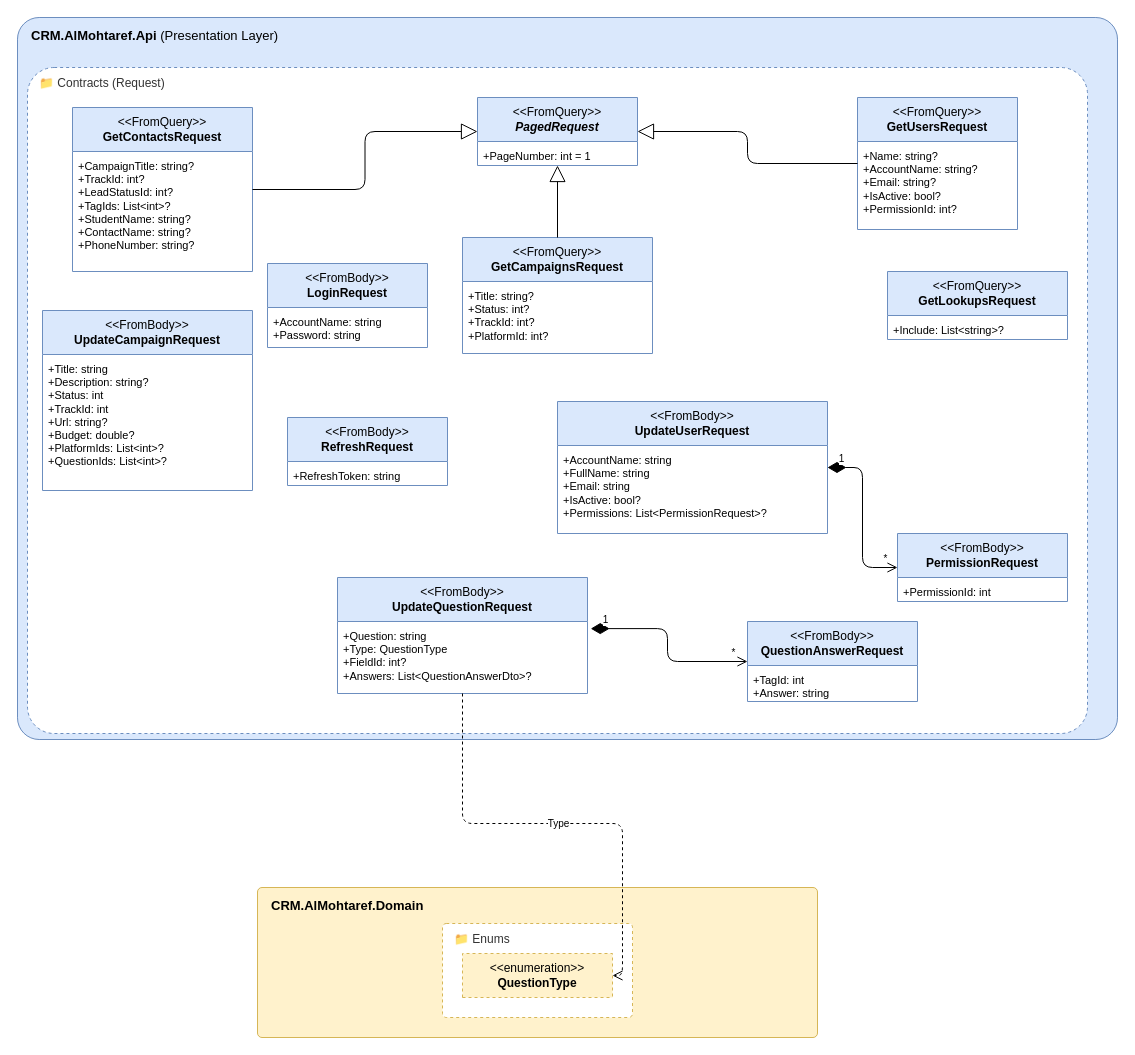
Before: page "03 Contracts (Request)" (3 of 9) of docs/design/class-design/api.drawio in QF-MJ/crm-al-mohtaref, a draw.io diagram. Source tidied: cells renumbered, new cells numbered last; positions are measured from the earlier drawing's top-left corner, leaving out a move shared by most shapes. Both pictures are drawn from the tidied source at 100%, with x=0, y=0 at pixel (17, 17).
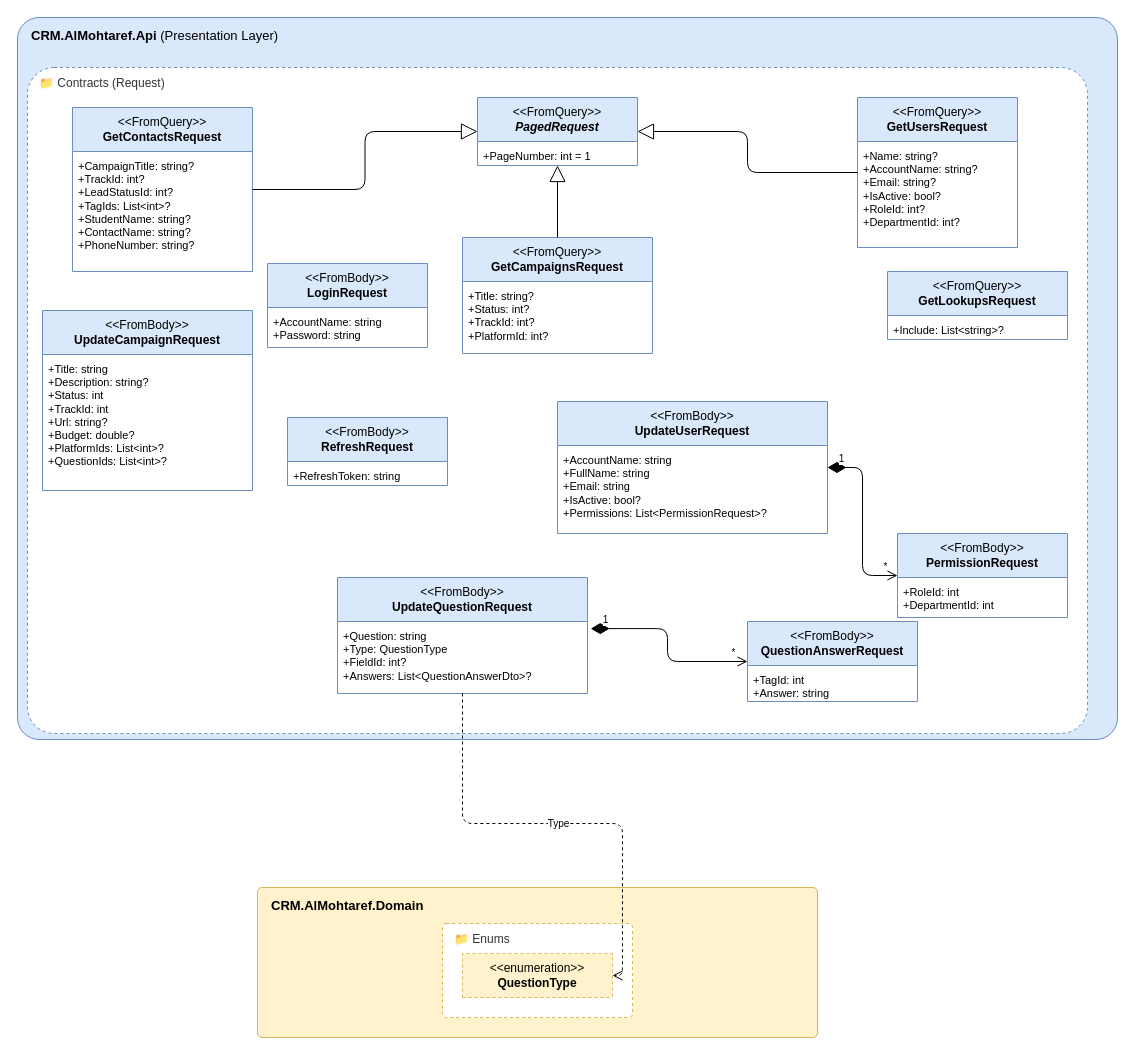
Above is the later version.

Unchanged cells that the change refers to:
```xml
<mxCell id="3" value="&amp;#128193; Contracts (Request)" style="rounded=1;whiteSpace=wrap;html=1;verticalAlign=top;align=left;spacingLeft=10;spacingTop=2;arcSize=4;fillColor=#FFFFFF;strokeColor=#6c8ebf;dashed=1;fontSize=12;fontColor=#333333;" parent="2" vertex="1">
  <mxGeometry x="10" y="50" width="1060" height="666" as="geometry" />
</mxCell>
```

Change to the diagram source:
```diff
@@
     <mxCell id="10" value="&amp;lt;&amp;lt;FromQuery&amp;gt;&amp;gt;&lt;br&gt;&lt;b&gt;GetUsersRequest&lt;/b&gt;" style="swimlane;fontStyle=0;align=center;verticalAlign=middle;horizontal=1;startSize=44;html=1;whiteSpace=wrap;fontSize=12;fillColor=#dae8fc;strokeColor=#6c8ebf;swimlaneFillColor=#FFFFFF;" parent="3" vertex="1">
-      <mxGeometry x="830" y="30" width="160" height="132" as="geometry" />
+      <mxGeometry x="830" y="30" width="160" height="150" as="geometry" />
     </mxCell>
-    <mxCell id="11" value="+Name: string?&lt;br&gt;+AccountName: string?&lt;br&gt;+Email: string?&lt;br&gt;+IsActive: bool?&lt;br&gt;+PermissionId: int?" style="text;strokeColor=none;fillColor=none;align=left;verticalAlign=top;spacingLeft=4;spacingRight=4;spacingTop=2;overflow=hidden;whiteSpace=wrap;html=1;fontSize=11;" parent="10" vertex="1">
-      <mxGeometry y="44" width="160" height="88" as="geometry" />
+    <mxCell id="11" value="+Name: string?&lt;br&gt;+AccountName: string?&lt;br&gt;+Email: string?&lt;br&gt;+IsActive: bool?&lt;br&gt;+RoleId: int?&lt;br&gt;+DepartmentId: int?" style="text;strokeColor=none;fillColor=none;align=left;verticalAlign=top;spacingLeft=4;spacingRight=4;spacingTop=2;overflow=hidden;whiteSpace=wrap;html=1;fontSize=11;" parent="10" vertex="1">
+      <mxGeometry y="44" width="160" height="106" as="geometry" />
     </mxCell>
@@
     <mxCell id="24" value="&amp;lt;&amp;lt;FromBody&amp;gt;&amp;gt;&lt;br&gt;&lt;b&gt;PermissionRequest&lt;/b&gt;" style="swimlane;fontStyle=0;align=center;verticalAlign=middle;horizontal=1;startSize=44;html=1;whiteSpace=wrap;fontSize=12;fillColor=#dae8fc;strokeColor=#6c8ebf;swimlaneFillColor=#FFFFFF;" parent="3" vertex="1">
-      <mxGeometry x="870" y="466" width="170" height="68" as="geometry" />
+      <mxGeometry x="870" y="466" width="170" height="84" as="geometry" />
     </mxCell>
-    <mxCell id="25" value="+PermissionId: int" style="text;strokeColor=none;fillColor=none;align=left;verticalAlign=top;spacingLeft=4;spacingRight=4;spacingTop=2;overflow=hidden;whiteSpace=wrap;html=1;fontSize=11;" parent="24" vertex="1">
-      <mxGeometry y="44" width="170" height="24" as="geometry" />
+    <mxCell id="25" value="+RoleId: int&lt;br&gt;+DepartmentId: int" style="text;strokeColor=none;fillColor=none;align=left;verticalAlign=top;spacingLeft=4;spacingRight=4;spacingTop=2;overflow=hidden;whiteSpace=wrap;html=1;fontSize=11;" parent="24" vertex="1">
+      <mxGeometry y="44" width="170" height="40" as="geometry" />
     </mxCell>
```
